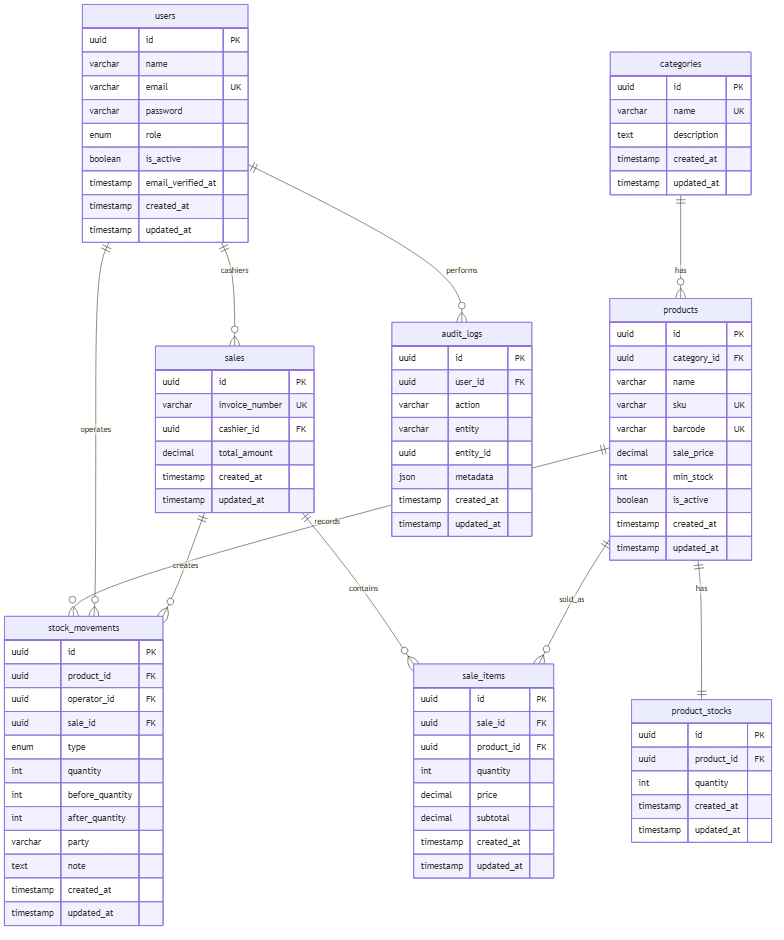
Tuneboss-Indonesia/tuneboss keeps this Mermaid diagram as backend/ERD.png. Above is the earlier version. Its source is kept beside it as backend/ERD.mmd.
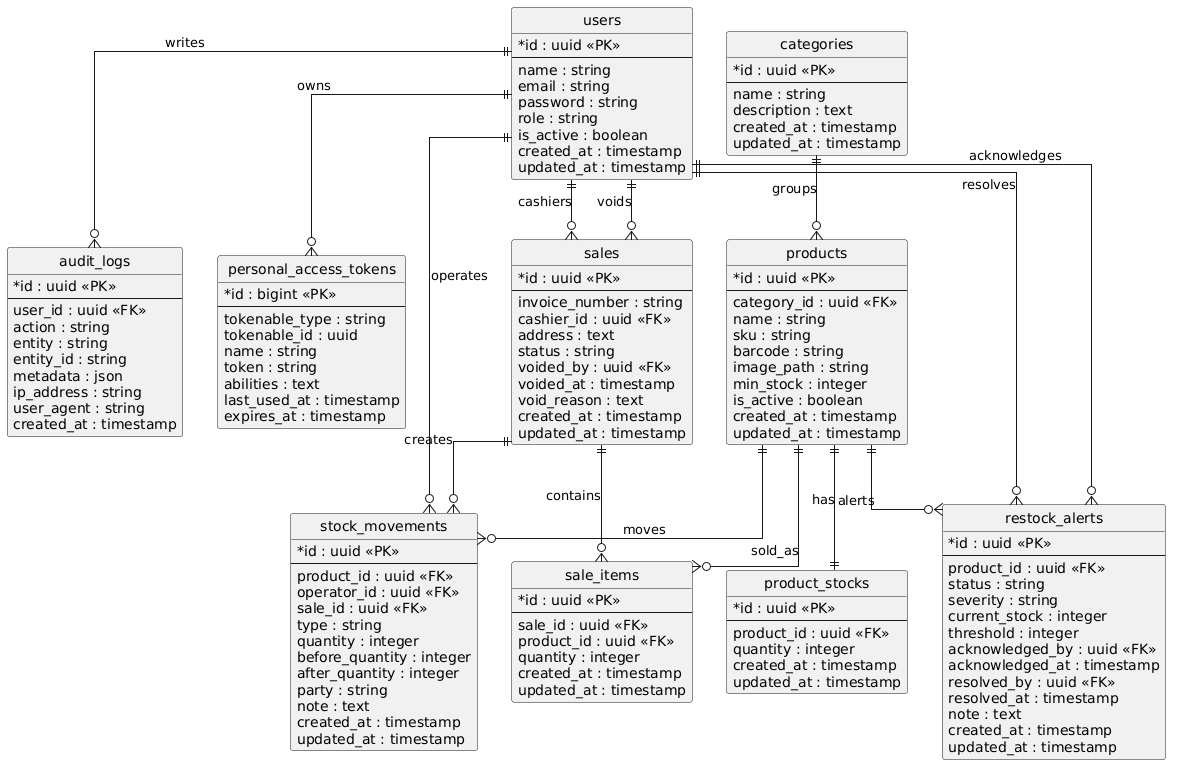
Later version of the same file.

Diff of the diagram source:
```diff
@@ -1,19 +1,29 @@
 erDiagram
   users {
     uuid id PK
-    varchar name
-    varchar email UK
-    varchar password
-    enum role
+    string name
+    string email
+    string password
+    string role
     boolean is_active
-    timestamp email_verified_at
     timestamp created_at
     timestamp updated_at
   }
 
+  personal_access_tokens {
+    bigint id PK
+    string tokenable_type
+    uuid tokenable_id
+    string name
+    string token
+    text abilities
+    timestamp last_used_at
+    timestamp expires_at
+  }
+
   categories {
     uuid id PK
-    varchar name UK
+    string name
     text description
     timestamp created_at
     timestamp updated_at
@@ -22,11 +32,11 @@
   products {
     uuid id PK
     uuid category_id FK
-    varchar name
-    varchar sku UK
-    varchar barcode UK
-    decimal sale_price
-    int min_stock
+    string name
+    string sku
+    string barcode
+    string image_path
+    integer min_stock
     boolean is_active
     timestamp created_at
     timestamp updated_at
@@ -35,7 +45,29 @@
   product_stocks {
     uuid id PK
     uuid product_id FK
-    int quantity
+    integer quantity
+    timestamp created_at
+    timestamp updated_at
+  }
+
+  sales {
+    uuid id PK
+    string invoice_number
+    uuid cashier_id FK
+    text address
+    string status
+    uuid voided_by FK
+    timestamp voided_at
+    text void_reason
+    timestamp created_at
+    timestamp updated_at
+  }
+
+  sale_items {
+    uuid id PK
+    uuid sale_id FK
+    uuid product_id FK
+    integer quantity
     timestamp created_at
     timestamp updated_at
   }
@@ -45,32 +77,28 @@
     uuid product_id FK
     uuid operator_id FK
     uuid sale_id FK
-    enum type
-    int quantity
-    int before_quantity
-    int after_quantity
-    varchar party
+    string type
+    integer quantity
+    integer before_quantity
+    integer after_quantity
+    string party
     text note
     timestamp created_at
     timestamp updated_at
   }
 
-  sales {
+  restock_alerts {
     uuid id PK
-    varchar invoice_number UK
-    uuid cashier_id FK
-    decimal total_amount
-    timestamp created_at
-    timestamp updated_at
-  }
-
-  sale_items {
-    uuid id PK
-    uuid sale_id FK
     uuid product_id FK
-    int quantity
-    decimal price
-    decimal subtotal
+    string status
+    string severity
+    integer current_stock
+    integer threshold
+    uuid acknowledged_by FK
+    timestamp acknowledged_at
+    uuid resolved_by FK
+    timestamp resolved_at
+    text note
     timestamp created_at
     timestamp updated_at
   }
@@ -78,20 +106,26 @@
   audit_logs {
     uuid id PK
     uuid user_id FK
-    varchar action
-    varchar entity
-    uuid entity_id
+    string action
+    string entity
+    string entity_id
     json metadata
+    string ip_address
+    string user_agent
     timestamp created_at
-    timestamp updated_at
   }
 
-  categories ||--o{ products : has
+  users ||--o{ personal_access_tokens : owns
+  users ||--o{ sales : cashiers
+  users ||--o{ sales : voids
+  users ||--o{ stock_movements : operates
+  users ||--o{ restock_alerts : acknowledges
+  users ||--o{ restock_alerts : resolves
+  users ||--o{ audit_logs : writes
+  categories ||--o{ products : groups
   products ||--|| product_stocks : has
-  products ||--o{ stock_movements : records
-  users ||--o{ stock_movements : operates
-  users ||--o{ sales : cashiers
+  products ||--o{ sale_items : sold_as
+  products ||--o{ stock_movements : moves
+  products ||--o{ restock_alerts : alerts
   sales ||--o{ sale_items : contains
-  products ||--o{ sale_items : sold_as
   sales ||--o{ stock_movements : creates
-  users ||--o{ audit_logs : performs
```
